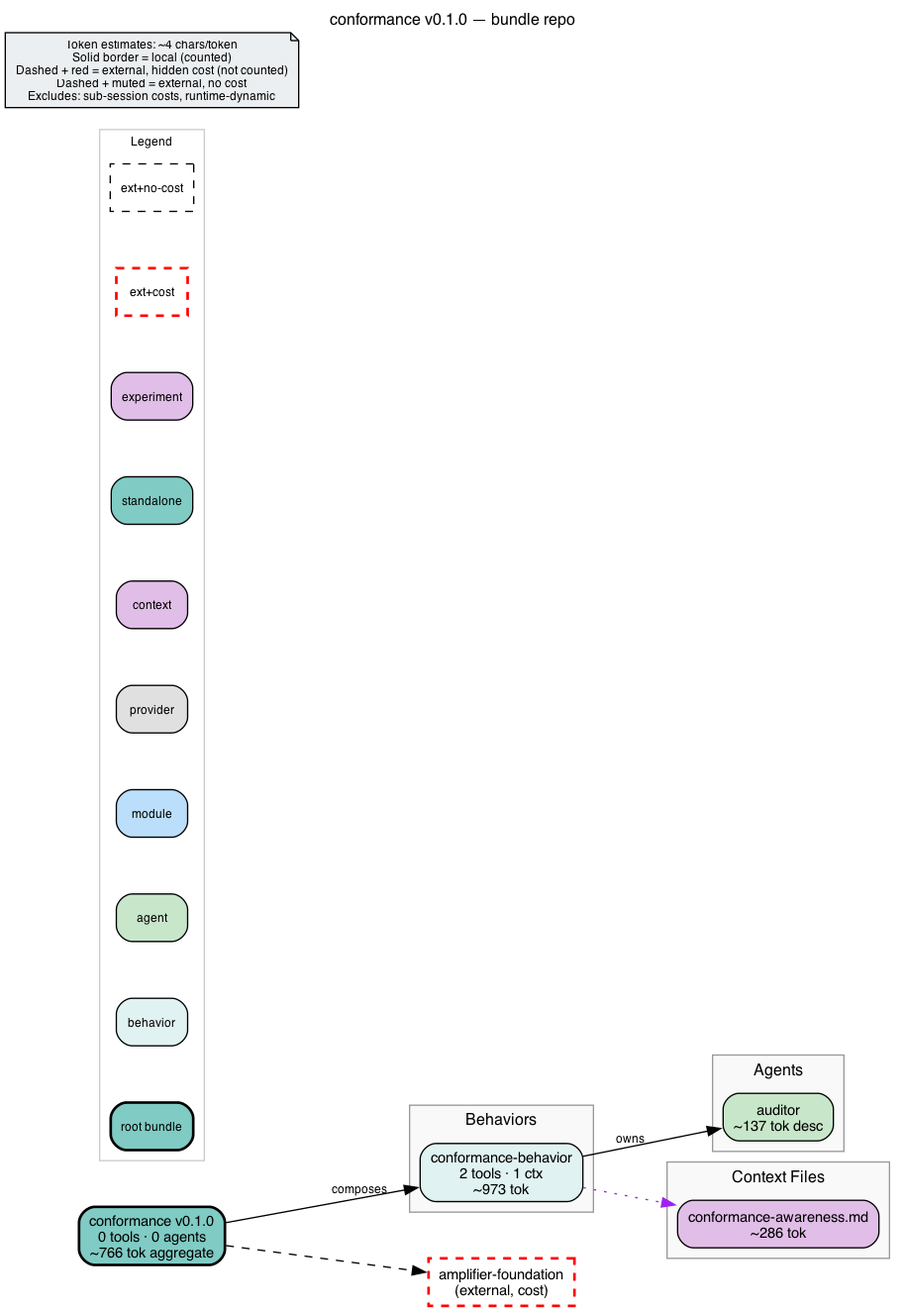
michaeljabbour/amplifier-bundle-conformance keeps this Graphviz diagram as bundle.png. Above is the earlier version. Its source is kept beside it as bundle.dot. The source it was exported from:
```dot
digraph conformance {
    rankdir=LR
    fontname="Helvetica"
    fontsize=12
    label="conformance v0.1.0 — bundle repo"
    labelloc=t
    labeljust=c
    nodesep=0.6
    ranksep=0.7
    bgcolor="white"
    source_hash="46a6294b0296615882d3e3f3e3d87af1550cfecb727206c663cbd9d64c91bae9"

    node [fontname="Helvetica", fontsize=11, style="filled,rounded"]
    edge [fontname="Helvetica", fontsize=9]

    root_conformance [label="conformance v0.1.0\n0 tools · 0 agents\n~766 tok aggregate", shape=box, fillcolor="#80cbc4", style="filled,rounded,bold", penwidth=2]

    subgraph cluster_behaviors {
        label="Behaviors"
        style="filled"
        fillcolor="#f9f9f9"
        color="#999999"

        beh_conformance_behavior [label="conformance-behavior\n2 tools · 1 ctx\n~973 tok", shape=box, fillcolor="#e0f2f1", style="filled,rounded"]
    }

    subgraph cluster_agents {
        label="Agents"
        style="filled"
        fillcolor="#f9f9f9"
        color="#999999"

        agt_auditor [label="auditor\n~137 tok desc", shape=box, fillcolor="#c8e6c9", style="filled,rounded"]
    }

    subgraph cluster_context {
        label="Context Files"
        style="filled"
        fillcolor="#f9f9f9"
        color="#999999"

        ctx_conformance_awareness_md [label="conformance-awareness.md\n~286 tok", shape=box, fillcolor="#e1bee7", style="filled,rounded"]
    }

    subgraph cluster_legend {
        label="Legend"
        style="filled"
        fillcolor="white"
        color="#cccccc"
        fontsize=9

        leg_root [label="root bundle", shape=box, fillcolor="#80cbc4", style="filled,rounded,bold", fontsize=9]
        leg_behavior [label="behavior", shape=box, fillcolor="#e0f2f1", style="filled,rounded", fontsize=9]
        leg_agent [label="agent", shape=box, fillcolor="#c8e6c9", style="filled,rounded", fontsize=9]
        leg_module [label="module", shape=box, fillcolor="#bbdefb", style="filled,rounded", fontsize=9]
        leg_provider [label="provider", shape=box, fillcolor="#e0e0e0", style="filled,rounded", fontsize=9]
        leg_context [label="context", shape=box, fillcolor="#e1bee7", style="filled,rounded", fontsize=9]
        leg_standalone [label="standalone", shape=box, fillcolor="#80cbc4", style="filled,rounded", fontsize=9]
        leg_experiment [label="experiment", shape=box, fillcolor="#e1bee7", style="filled,rounded", fontsize=9]
        leg_ext_cost [label="ext+cost", shape=box, fillcolor="#80cbc4", style="dashed", color="red", penwidth=2, fontsize=9]
        leg_ext_muted [label="ext+no-cost", shape=box, fillcolor="#f5f5f5", style="dashed", fontsize=9]
    }

    disclaimer [label="Token estimates: ~4 chars/token\nSolid border = local (counted)\nDashed + red = external, hidden cost (not counted)\nDashed + muted = external, no cost\nExcludes: sub-session costs, runtime-dynamic", shape=note, fillcolor="#eceff1", style="filled", fontsize=9]

    ext_githttps___github_com_microsoft_amplifier_foundation_main [label="amplifier-foundation\n(external, cost)", shape=box, fillcolor="#80cbc4", style="dashed", color="red", penwidth=2]

    root_conformance -> ext_githttps___github_com_microsoft_amplifier_foundation_main [style=dashed]
    root_conformance -> beh_conformance_behavior [label="composes"]
    beh_conformance_behavior -> agt_auditor [label="owns"]
    beh_conformance_behavior -> ctx_conformance_awareness_md [style=dotted, color=purple]
}
```
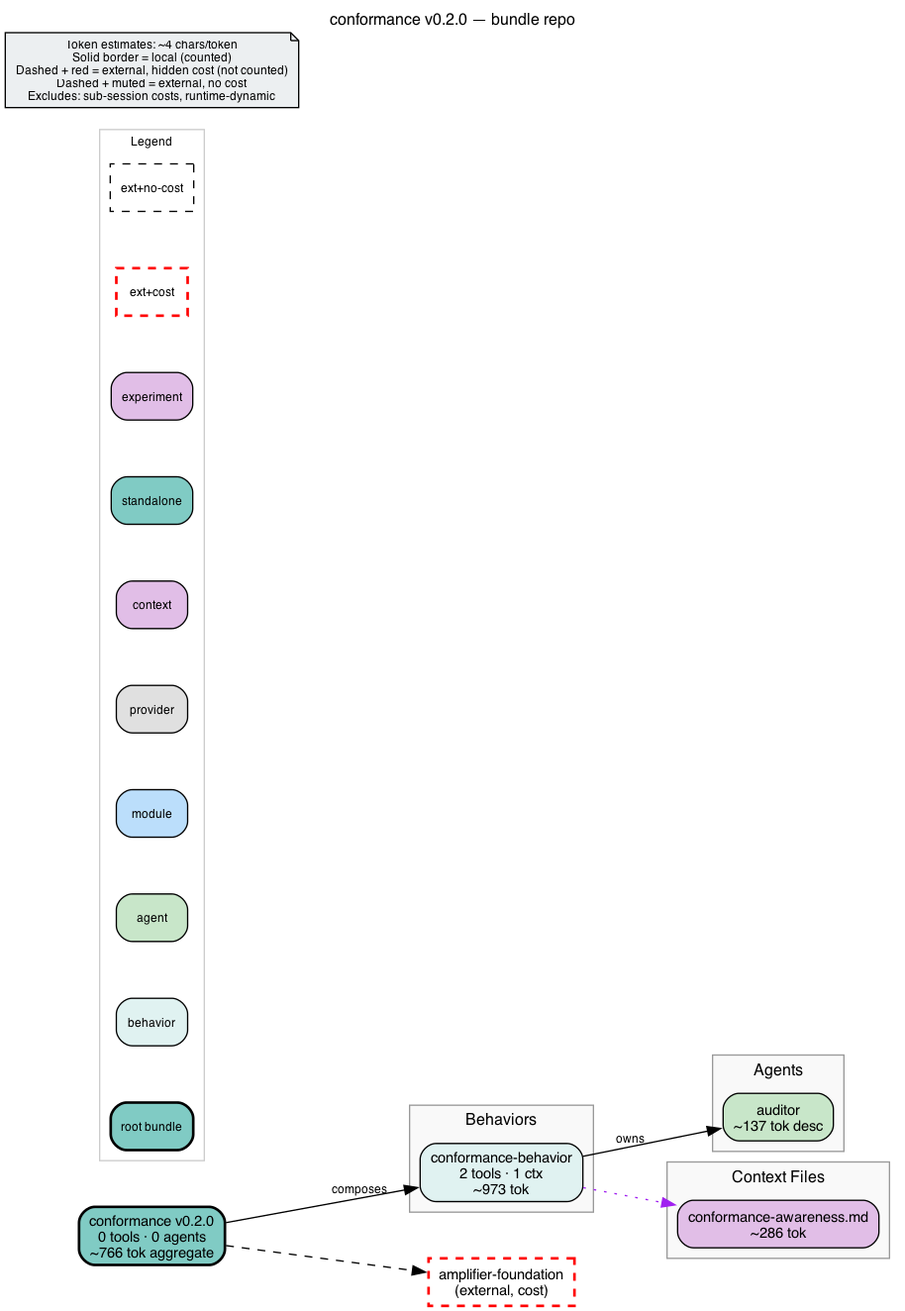
Later version of the same file.

Diff of the diagram source:
```diff
@@ -2,18 +2,18 @@
     rankdir=LR
     fontname="Helvetica"
     fontsize=12
-    label="conformance v0.1.0 — bundle repo"
+    label="conformance v0.2.0 — bundle repo"
     labelloc=t
     labeljust=c
     nodesep=0.6
     ranksep=0.7
     bgcolor="white"
-    source_hash="46a6294b0296615882d3e3f3e3d87af1550cfecb727206c663cbd9d64c91bae9"
+    source_hash="894d55164e123ddc59e49bcc88c474ae6d5c4822ad04084eeaab1399905e5b2b"
 
     node [fontname="Helvetica", fontsize=11, style="filled,rounded"]
     edge [fontname="Helvetica", fontsize=9]
 
-    root_conformance [label="conformance v0.1.0\n0 tools · 0 agents\n~766 tok aggregate", shape=box, fillcolor="#80cbc4", style="filled,rounded,bold", penwidth=2]
+    root_conformance [label="conformance v0.2.0\n0 tools · 0 agents\n~766 tok aggregate", shape=box, fillcolor="#80cbc4", style="filled,rounded,bold", penwidth=2]
 
     subgraph cluster_behaviors {
         label="Behaviors"
```
